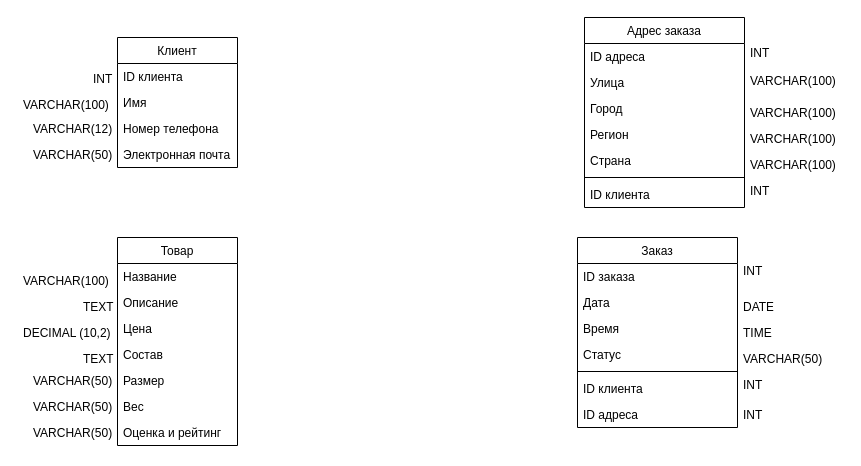
Before: Диаграмма без названия.drawio in Paaltaan/Paaltaan, a draw.io diagram. Source tidied: cells renumbered, new cells numbered last; positions are measured from the earlier drawing's top-left corner, leaving out a move shared by most shapes. Both pictures are drawn from the tidied source at 100%, with x=0, y=0 at pixel (17, 17).
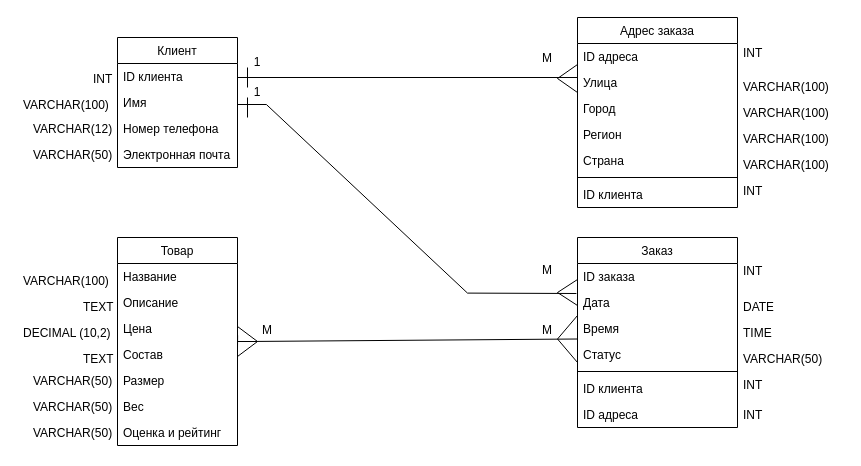
The same page after the edit.

The change refers to these unchanged cells:
```xml
<mxCell id="19" value="Статус" style="text;align=left;verticalAlign=top;spacingLeft=4;spacingRight=4;overflow=hidden;points=[[0,0.5],[1,0.5]];portConstraint=eastwest;" parent="15" vertex="1">
  <mxGeometry y="104" width="160" height="26" as="geometry" />
</mxCell>
<mxCell id="25" value="Улица" style="text;align=left;verticalAlign=top;spacingLeft=4;spacingRight=4;overflow=hidden;points=[[0,0.5],[1,0.5]];portConstraint=eastwest;" parent="23" vertex="1">
  <mxGeometry y="52" width="160" height="26" as="geometry" />
</mxCell>
```

What changed in the source:
```diff
@@
+    <mxCell id="54" style="triangle;whiteSpace=wrap;html=1;rotation=-180;" parent="1" vertex="1">
+      <mxGeometry x="540" y="298" width="20" height="47" as="geometry" />
+    </mxCell>
+    <mxCell id="55" style="triangle;whiteSpace=wrap;html=1;" parent="1" vertex="1">
+      <mxGeometry x="220" y="309" width="20" height="30" as="geometry" />
+    </mxCell>
+    <mxCell id="56" style="triangle;whiteSpace=wrap;html=1;rotation=-180;" parent="1" vertex="1">
+      <mxGeometry x="540" y="47" width="20" height="28" as="geometry" />
+    </mxCell>
+    <mxCell id="57" style="triangle;whiteSpace=wrap;html=1;rotation=-180;" parent="1" vertex="1">
+      <mxGeometry x="540" y="262" width="20" height="26" as="geometry" />
+    </mxCell>
@@
     <mxCell id="23" value="Адрес заказа" style="swimlane;fontStyle=0;align=center;verticalAlign=top;horizontal=1;startSize=26;rounded=0;shadow=0;strokeWidth=1;" parent="1" vertex="1">
-      <mxGeometry x="567" width="160" height="190" as="geometry" />
+      <mxGeometry x="560" width="160" height="190" as="geometry" />
     </mxCell>
@@
     <mxCell id="35" value="INT" style="text;align=left;verticalAlign=top;spacingLeft=4;spacingRight=4;overflow=hidden;" parent="1" vertex="1">
-      <mxGeometry x="727" y="22" width="30" height="26" as="geometry" />
+      <mxGeometry x="720" y="22" width="30" height="26" as="geometry" />
     </mxCell>
     <mxCell id="36" value="VARCHAR(100)" style="text;align=left;verticalAlign=top;spacingLeft=4;spacingRight=4;overflow=hidden;" parent="1" vertex="1">
-      <mxGeometry x="727" y="50" width="100" height="26" as="geometry" />
+      <mxGeometry x="720" y="56" width="100" height="26" as="geometry" />
     </mxCell>
     <mxCell id="37" value="VARCHAR(100)" style="text;align=left;verticalAlign=top;spacingLeft=4;spacingRight=4;overflow=hidden;" parent="1" vertex="1">
-      <mxGeometry x="727" y="134" width="100" height="26" as="geometry" />
+      <mxGeometry x="720" y="134" width="100" height="26" as="geometry" />
     </mxCell>
     <mxCell id="38" value="VARCHAR(100)" style="text;align=left;verticalAlign=top;spacingLeft=4;spacingRight=4;overflow=hidden;" parent="1" vertex="1">
-      <mxGeometry x="727" y="108" width="100" height="26" as="geometry" />
+      <mxGeometry x="720" y="108" width="100" height="26" as="geometry" />
     </mxCell>
     <mxCell id="39" value="VARCHAR(100)" style="text;align=left;verticalAlign=top;spacingLeft=4;spacingRight=4;overflow=hidden;" parent="1" vertex="1">
-      <mxGeometry x="727" y="82" width="100" height="26" as="geometry" />
+      <mxGeometry x="720" y="82" width="100" height="26" as="geometry" />
     </mxCell>
     <mxCell id="40" value="INT" style="text;align=left;verticalAlign=top;spacingLeft=4;spacingRight=4;overflow=hidden;" parent="1" vertex="1">
-      <mxGeometry x="727" y="160" width="30" height="26" as="geometry" />
+      <mxGeometry x="720" y="160" width="30" height="26" as="geometry" />
     </mxCell>
@@
+    <mxCell id="58" style="endArrow=none;html=1;rounded=0;exitX=-0.007;exitY=1.093;exitDx=0;exitDy=0;exitPerimeter=0;" parent="1" edge="1">
+      <mxGeometry relative="1" as="geometry">
+        <mxPoint x="558.9" y="276" as="sourcePoint" />
+        <mxPoint x="220" y="87" as="targetPoint" />
+        <Array as="points">
+          <mxPoint x="450" y="275.6" />
+          <mxPoint x="248.9" y="87" />
+        </Array>
+      </mxGeometry>
+    </mxCell>
+    <mxCell id="59" style="endArrow=none;html=1;rounded=0;" parent="1" edge="1">
+      <mxGeometry relative="1" as="geometry">
+        <mxPoint x="230" y="100" as="sourcePoint" />
+        <mxPoint x="230" y="80" as="targetPoint" />
+      </mxGeometry>
+    </mxCell>
+    <mxCell id="60" style="endArrow=none;html=1;rounded=0;entryX=-0.002;entryY=0.332;entryDx=0;entryDy=0;entryPerimeter=0;" parent="1" edge="1" source="56" target="25">
+      <mxGeometry relative="1" as="geometry" />
+    </mxCell>
+    <mxCell id="61" style="endArrow=none;html=1;rounded=0;" parent="1" edge="1">
+      <mxGeometry relative="1" as="geometry">
+        <mxPoint x="230" y="70" as="sourcePoint" />
+        <mxPoint x="230" y="50" as="targetPoint" />
+      </mxGeometry>
+    </mxCell>
+    <mxCell id="62" style="endArrow=none;html=1;rounded=0;" parent="1" edge="1">
+      <mxGeometry relative="1" as="geometry">
+        <mxPoint x="220" y="60" as="sourcePoint" />
+        <mxPoint x="560" y="60" as="targetPoint" />
+      </mxGeometry>
+    </mxCell>
+    <mxCell id="63" style="endArrow=none;html=1;rounded=0;entryX=0.006;entryY=0.294;entryDx=0;entryDy=0;entryPerimeter=0;" parent="1" edge="1" target="55">
+      <mxGeometry relative="1" as="geometry">
+        <mxPoint x="220" y="332" as="sourcePoint" />
+      </mxGeometry>
+    </mxCell>
+    <mxCell id="64" style="endArrow=none;html=1;rounded=0;entryX=0.002;entryY=0.003;entryDx=0;entryDy=0;entryPerimeter=0;" parent="1" edge="1" source="54" target="19">
+      <mxGeometry relative="1" as="geometry" />
+    </mxCell>
+    <mxCell id="65" style="endArrow=none;html=1;rounded=0;entryX=1;entryY=0.5;entryDx=0;entryDy=0;" parent="1" edge="1" target="55">
+      <mxGeometry relative="1" as="geometry">
+        <mxPoint x="220" y="324" as="sourcePoint" />
+      </mxGeometry>
+    </mxCell>
+    <mxCell id="66" style="endArrow=none;html=1;rounded=0;entryX=0;entryY=0.5;entryDx=0;entryDy=0;" parent="1" edge="1" source="55" target="54">
+      <mxGeometry relative="1" as="geometry" />
+    </mxCell>
+    <mxCell id="67" value="M" style="text;html=1;align=center;verticalAlign=middle;whiteSpace=wrap;rounded=0;" parent="1" vertex="1">
+      <mxGeometry x="220" y="298" width="60" height="30" as="geometry" />
+    </mxCell>
+    <mxCell id="68" value="M" style="text;html=1;align=center;verticalAlign=middle;whiteSpace=wrap;rounded=0;" parent="1" vertex="1">
+      <mxGeometry x="500" y="298" width="60" height="30" as="geometry" />
+    </mxCell>
+    <mxCell id="69" value="M" style="text;html=1;align=center;verticalAlign=middle;whiteSpace=wrap;rounded=0;" parent="1" vertex="1">
+      <mxGeometry x="500" y="238" width="60" height="30" as="geometry" />
+    </mxCell>
+    <mxCell id="70" value="M" style="text;html=1;align=center;verticalAlign=middle;whiteSpace=wrap;rounded=0;" parent="1" vertex="1">
+      <mxGeometry x="500" y="26" width="60" height="30" as="geometry" />
+    </mxCell>
+    <mxCell id="71" value="1" style="text;html=1;align=center;verticalAlign=middle;whiteSpace=wrap;rounded=0;" parent="1" vertex="1">
+      <mxGeometry x="210" y="30" width="60" height="30" as="geometry" />
+    </mxCell>
+    <mxCell id="72" value="1" style="text;html=1;align=center;verticalAlign=middle;whiteSpace=wrap;rounded=0;" parent="1" vertex="1">
+      <mxGeometry x="210" y="60" width="60" height="30" as="geometry" />
+    </mxCell>
```
